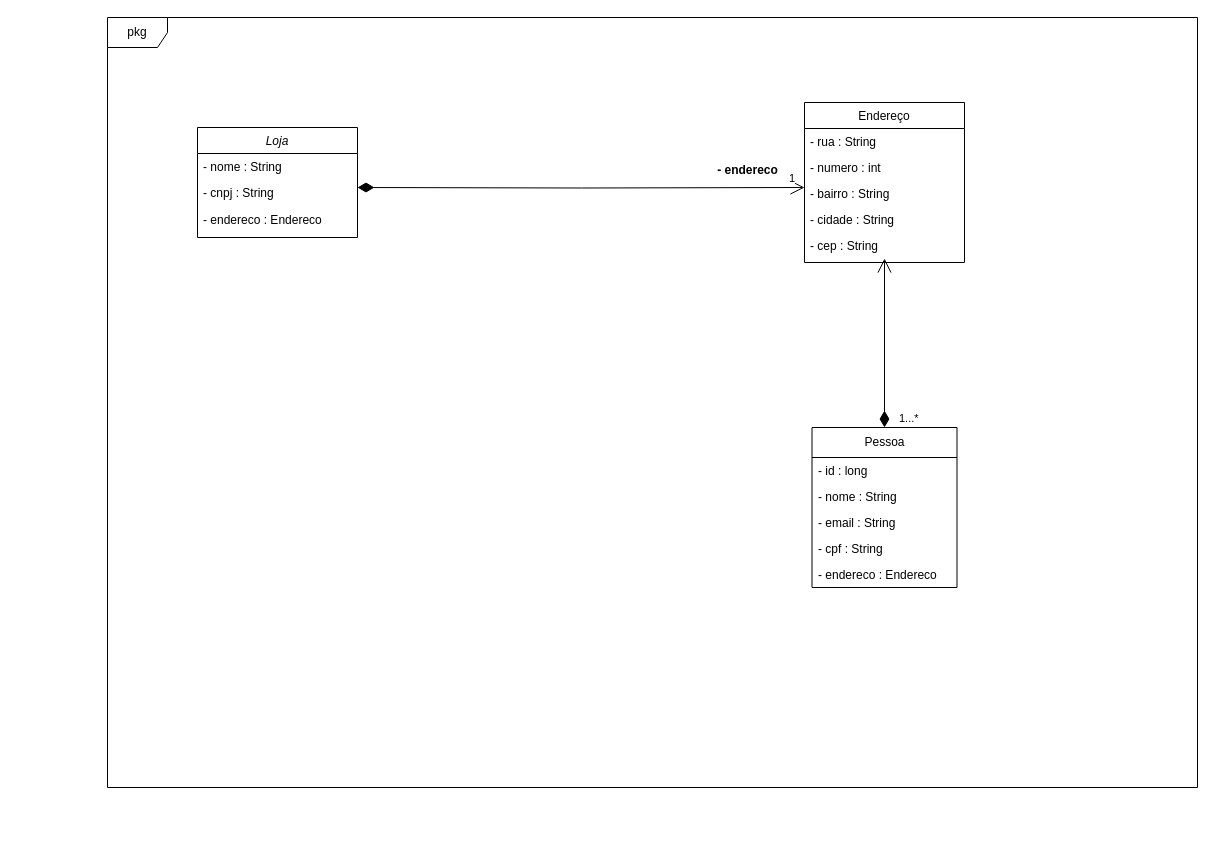
Earlier version of the draw.io diagram docs/LojaDeHardware.drawio (Matheus4444/LojaDeHardware). Source tidied: cells renumbered, new cells numbered last; positions are measured from the earlier drawing's top-left corner, leaving out a move shared by most shapes. Both pictures are drawn from the tidied source at 100%, with x=0, y=0 at pixel (107, 17).
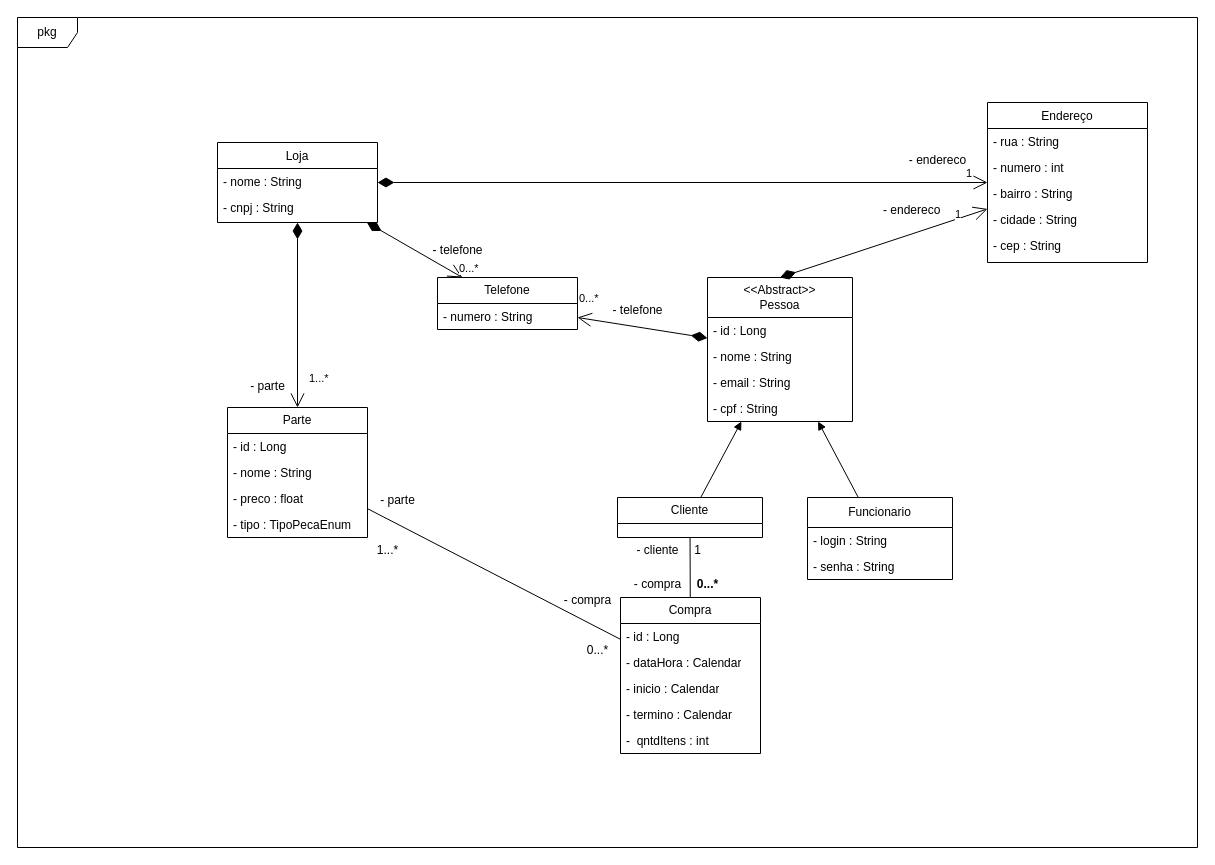
The same diagram, later.

Unchanged cells that the change refers to:
```xml
<mxCell id="9" value="- bairro : String" style="text;align=left;verticalAlign=top;spacingLeft=4;spacingRight=4;overflow=hidden;points=[[0,0.5],[1,0.5]];portConstraint=eastwest;rounded=0;shadow=0;html=0;" parent="6" vertex="1">
  <mxGeometry y="78" width="160" height="26" as="geometry" />
</mxCell>
<mxCell id="11" value="- cep : String" style="text;align=left;verticalAlign=top;spacingLeft=4;spacingRight=4;overflow=hidden;points=[[0,0.5],[1,0.5]];portConstraint=eastwest;rounded=0;shadow=0;html=0;" parent="6" vertex="1">
  <mxGeometry y="130" width="160" height="26" as="geometry" />
</mxCell>
```

Diff of the diagram source:
```diff
@@
-    <mxCell id="2" value="Loja" style="swimlane;fontStyle=2;align=center;verticalAlign=top;horizontal=1;startSize=26;rounded=0;shadow=0;strokeWidth=1;" parent="1" vertex="1">
-      <mxGeometry x="90" y="110" width="160" height="110" as="geometry" />
+    <mxCell id="2" value="Loja" style="swimlane;fontStyle=0;align=center;verticalAlign=top;horizontal=1;startSize=26;rounded=0;shadow=0;strokeWidth=1;" parent="1" vertex="1">
+      <mxGeometry x="110" y="125" width="160" height="80" as="geometry" />
     </mxCell>
@@
-    <mxCell id="5" value="- endereco : Endereco" style="text;strokeColor=none;fillColor=none;align=left;verticalAlign=middle;spacingLeft=4;spacingRight=4;overflow=hidden;whiteSpace=wrap;html=1;" parent="2" vertex="1">
-      <mxGeometry y="78" width="160" height="30" as="geometry" />
-    </mxCell>
     <mxCell id="6" value="Endereço" style="swimlane;fontStyle=0;align=center;verticalAlign=top;horizontal=1;startSize=26;rounded=0;shadow=0;strokeWidth=1;" parent="1" vertex="1">
-      <mxGeometry x="697" y="85" width="160" height="160" as="geometry" />
+      <mxGeometry x="880" y="85" width="160" height="160" as="geometry" />
     </mxCell>
@@
-    <mxCell id="12" value="1" style="endArrow=open;html=1;endSize=12;startArrow=diamondThin;startSize=14;startFill=1;edgeStyle=orthogonalEdgeStyle;align=left;verticalAlign=bottom;rounded=0;entryX=0;entryY=0.269;entryDx=0;entryDy=0;entryPerimeter=0;" parent="1" edge="1" target="9">
+    <mxCell id="12" value="1" style="endArrow=open;html=1;endSize=12;startArrow=diamondThin;startSize=14;startFill=1;align=left;verticalAlign=bottom;rounded=0;" parent="1" edge="1" source="2" target="6">
       <mxGeometry x="0.92" relative="1" as="geometry">
-        <mxPoint x="250" y="170" as="sourcePoint" />
         <mxPoint x="1" as="offset" />
       </mxGeometry>
     </mxCell>
-    <mxCell id="13" value="- endereco" style="text;align=center;fontStyle=1;verticalAlign=middle;spacingLeft=3;spacingRight=3;strokeColor=none;html=1;" parent="1" vertex="1">
-      <mxGeometry x="600" y="140" width="80" height="26" as="geometry" />
+    <mxCell id="13" value="- endereco" style="text;align=center;fontStyle=0;verticalAlign=middle;spacingLeft=3;spacingRight=3;strokeColor=none;html=1;" parent="1" vertex="1">
+      <mxGeometry x="790" y="130" width="80" height="26" as="geometry" />
     </mxCell>
     <mxCell id="14" value="pkg" style="shape=umlFrame;whiteSpace=wrap;html=1;" parent="1" vertex="1">
-      <mxGeometry width="1090" height="770" as="geometry" />
+      <mxGeometry x="-90" width="1180" height="830" as="geometry" />
     </mxCell>
+    <mxCell id="22" style="rounded=0;jettySize=auto;html=1;startArrow=block;startFill=1;endArrow=none;endFill=0;" parent="1" edge="1" source="15" target="40">
+      <mxGeometry relative="1" as="geometry" />
+    </mxCell>
+    <mxCell id="23" style="rounded=0;jettySize=auto;html=1;startArrow=block;startFill=1;endArrow=none;endFill=0;" parent="1" edge="1" source="15" target="41">
+      <mxGeometry relative="1" as="geometry" />
+    </mxCell>
-    <mxCell id="15" value="Pessoa" style="swimlane;fontStyle=0;horizontal=1;startSize=30;fillColor=none;whiteSpace=wrap;html=1;" parent="1" vertex="1">
-      <mxGeometry x="704.5" y="410" width="145" height="160" as="geometry" />
+    <mxCell id="15" value="&amp;lt;&amp;lt;Abstract&amp;gt;&amp;gt;&lt;br&gt;Pessoa" style="swimlane;fontStyle=0;horizontal=1;startSize=40;fillColor=none;whiteSpace=wrap;html=1;" parent="1" vertex="1">
+      <mxGeometry x="600" y="260" width="145" height="144" as="geometry" />
     </mxCell>
-    <mxCell id="16" value="- id : long" style="text;strokeColor=none;fillColor=none;align=left;verticalAlign=top;spacingLeft=4;spacingRight=4;overflow=hidden;whiteSpace=wrap;html=1;" parent="15" vertex="1">
-      <mxGeometry y="30" width="145" height="26" as="geometry" />
+    <mxCell id="16" value="- id : Long" style="text;strokeColor=none;fillColor=none;align=left;verticalAlign=top;spacingLeft=4;spacingRight=4;overflow=hidden;whiteSpace=wrap;html=1;" parent="15" vertex="1">
+      <mxGeometry y="40" width="145" height="26" as="geometry" />
     </mxCell>
     <mxCell id="17" value="- nome : String" style="text;strokeColor=none;fillColor=none;align=left;verticalAlign=top;spacingLeft=4;spacingRight=4;overflow=hidden;whiteSpace=wrap;html=1;" parent="15" vertex="1">
-      <mxGeometry y="56" width="145" height="26" as="geometry" />
+      <mxGeometry y="66" width="145" height="26" as="geometry" />
     </mxCell>
     <mxCell id="18" value="- email : String" style="text;strokeColor=none;fillColor=none;align=left;verticalAlign=top;spacingLeft=4;spacingRight=4;overflow=hidden;whiteSpace=wrap;html=1;" parent="15" vertex="1">
-      <mxGeometry y="82" width="145" height="26" as="geometry" />
+      <mxGeometry y="92" width="145" height="26" as="geometry" />
     </mxCell>
     <mxCell id="19" value="- cpf : String" style="text;strokeColor=none;fillColor=none;align=left;verticalAlign=top;spacingLeft=4;spacingRight=4;overflow=hidden;whiteSpace=wrap;html=1;" parent="15" vertex="1">
-      <mxGeometry y="108" width="145" height="26" as="geometry" />
+      <mxGeometry y="118" width="145" height="26" as="geometry" />
     </mxCell>
-    <mxCell id="20" value="- endereco : Endereco" style="text;strokeColor=none;fillColor=none;align=left;verticalAlign=top;spacingLeft=4;spacingRight=4;overflow=hidden;whiteSpace=wrap;html=1;" parent="15" vertex="1">
-      <mxGeometry y="134" width="145" height="26" as="geometry" />
-    </mxCell>
-    <mxCell id="21" value="1...*" style="endArrow=open;html=1;endSize=12;startArrow=diamondThin;startSize=14;startFill=1;align=left;verticalAlign=bottom;rounded=0;exitX=0.5;exitY=0;exitDx=0;exitDy=0;" parent="1" edge="1" source="15" target="11">
-      <mxGeometry x="-1" y="-13" relative="1" as="geometry" />
+    <mxCell id="21" value="1" style="endArrow=open;html=1;endSize=12;startArrow=diamondThin;startSize=14;startFill=1;align=left;verticalAlign=bottom;rounded=0;exitX=0.5;exitY=0;exitDx=0;exitDy=0;" parent="1" edge="1" source="15" target="6">
+      <mxGeometry x="0.67" y="-3" relative="1" as="geometry" />
     </mxCell>
+    <mxCell id="24" style="rounded=0;jettySize=auto;html=1;endArrow=none;endFill=0;" parent="1" edge="1" source="25" target="44">
+      <mxGeometry relative="1" as="geometry" />
+    </mxCell>
+    <mxCell id="25" value="Parte" style="swimlane;fontStyle=0;horizontal=1;startSize=26;fillColor=none;whiteSpace=wrap;html=1;" parent="1" vertex="1">
+      <mxGeometry x="120" y="390" width="140" height="130" as="geometry" />
+    </mxCell>
+    <mxCell id="26" value="- id : Long" style="text;strokeColor=none;fillColor=none;align=left;verticalAlign=top;spacingLeft=4;spacingRight=4;overflow=hidden;whiteSpace=wrap;html=1;" parent="25" vertex="1">
+      <mxGeometry y="26" width="140" height="26" as="geometry" />
+    </mxCell>
+    <mxCell id="27" value="- nome : String" style="text;strokeColor=none;fillColor=none;align=left;verticalAlign=top;spacingLeft=4;spacingRight=4;overflow=hidden;whiteSpace=wrap;html=1;" parent="25" vertex="1">
+      <mxGeometry y="52" width="140" height="26" as="geometry" />
+    </mxCell>
+    <mxCell id="28" value="- preco : float" style="text;strokeColor=none;fillColor=none;align=left;verticalAlign=top;spacingLeft=4;spacingRight=4;overflow=hidden;whiteSpace=wrap;html=1;" parent="25" vertex="1">
+      <mxGeometry y="78" width="140" height="26" as="geometry" />
+    </mxCell>
+    <mxCell id="29" value="- tipo : TipoPecaEnum" style="text;strokeColor=none;fillColor=none;align=left;verticalAlign=top;spacingLeft=4;spacingRight=4;overflow=hidden;whiteSpace=wrap;html=1;" parent="25" vertex="1">
+      <mxGeometry y="104" width="140" height="26" as="geometry" />
+    </mxCell>
+    <mxCell id="30" value="1...*" style="endArrow=open;html=1;endSize=12;startArrow=diamondThin;startSize=14;startFill=1;align=left;verticalAlign=bottom;rounded=0;" parent="1" edge="1" source="2" target="25">
+      <mxGeometry x="0.78" y="10" relative="1" as="geometry" />
+    </mxCell>
+    <mxCell id="31" value="- endereco" style="text;strokeColor=none;fillColor=none;align=left;verticalAlign=top;spacingLeft=4;spacingRight=4;overflow=hidden;whiteSpace=wrap;html=1;" parent="1" vertex="1">
+      <mxGeometry x="770" y="179" width="100" height="26" as="geometry" />
+    </mxCell>
+    <mxCell id="32" value="- parte" style="text;align=center;fontStyle=0;verticalAlign=middle;spacingLeft=3;spacingRight=3;strokeColor=none;html=1;" parent="1" vertex="1">
+      <mxGeometry x="120" y="356" width="80" height="26" as="geometry" />
+    </mxCell>
+    <mxCell id="33" value="Telefone" style="swimlane;fontStyle=0;horizontal=1;startSize=26;fillColor=none;whiteSpace=wrap;html=1;" parent="1" vertex="1">
+      <mxGeometry x="330" y="260" width="140" height="52" as="geometry" />
+    </mxCell>
+    <mxCell id="34" value="- numero : String" style="text;strokeColor=none;fillColor=none;align=left;verticalAlign=top;spacingLeft=4;spacingRight=4;overflow=hidden;whiteSpace=wrap;html=1;" parent="33" vertex="1">
+      <mxGeometry y="26" width="140" height="26" as="geometry" />
+    </mxCell>
+    <mxCell id="35" value="0...*" style="endArrow=open;html=1;endSize=12;startArrow=diamondThin;startSize=14;startFill=1;align=left;verticalAlign=bottom;rounded=0;" parent="1" edge="1" source="2" target="33">
+      <mxGeometry x="0.92" y="-2" relative="1" as="geometry" />
+    </mxCell>
+    <mxCell id="36" value="0...*" style="endArrow=open;html=1;endSize=12;startArrow=diamondThin;startSize=14;startFill=1;align=left;verticalAlign=bottom;rounded=0;" parent="1" edge="1" source="15">
+      <mxGeometry x="1" y="-10" relative="1" as="geometry">
+        <mxPoint x="470" y="300" as="targetPoint" />
+        <mxPoint x="-1" as="offset" />
+      </mxGeometry>
+    </mxCell>
+    <mxCell id="37" value="- telefone" style="text;align=center;fontStyle=0;verticalAlign=middle;spacingLeft=3;spacingRight=3;strokeColor=none;html=1;" parent="1" vertex="1">
+      <mxGeometry x="310" y="220" width="80" height="26" as="geometry" />
+    </mxCell>
+    <mxCell id="38" value="- telefone" style="text;align=center;fontStyle=0;verticalAlign=middle;spacingLeft=3;spacingRight=3;strokeColor=none;html=1;" parent="1" vertex="1">
+      <mxGeometry x="490" y="280" width="80" height="26" as="geometry" />
+    </mxCell>
+    <mxCell id="39" style="rounded=0;jettySize=auto;html=1;endArrow=none;endFill=0;" parent="1" edge="1" source="40" target="44">
+      <mxGeometry relative="1" as="geometry" />
+    </mxCell>
+    <mxCell id="40" value="Cliente" style="swimlane;fontStyle=0;horizontal=1;startSize=26;fillColor=none;whiteSpace=wrap;html=1;" parent="1" vertex="1">
+      <mxGeometry x="510" y="480" width="145" height="40" as="geometry" />
+    </mxCell>
+    <mxCell id="41" value="Funcionario" style="swimlane;fontStyle=0;horizontal=1;startSize=30;fillColor=none;whiteSpace=wrap;html=1;" parent="1" vertex="1">
+      <mxGeometry x="700" y="480" width="145" height="82" as="geometry" />
+    </mxCell>
+    <mxCell id="42" value="- login : String" style="text;strokeColor=none;fillColor=none;align=left;verticalAlign=top;spacingLeft=4;spacingRight=4;overflow=hidden;whiteSpace=wrap;html=1;" parent="41" vertex="1">
+      <mxGeometry y="30" width="145" height="26" as="geometry" />
+    </mxCell>
+    <mxCell id="43" value="- senha : String" style="text;strokeColor=none;fillColor=none;align=left;verticalAlign=top;spacingLeft=4;spacingRight=4;overflow=hidden;whiteSpace=wrap;html=1;" parent="41" vertex="1">
+      <mxGeometry y="56" width="145" height="26" as="geometry" />
+    </mxCell>
+    <mxCell id="44" value="Compra" style="swimlane;fontStyle=0;horizontal=1;startSize=26;fillColor=none;whiteSpace=wrap;html=1;" parent="1" vertex="1">
+      <mxGeometry x="513" y="580" width="140" height="156" as="geometry" />
+    </mxCell>
+    <mxCell id="45" value="- id : Long" style="text;strokeColor=none;fillColor=none;align=left;verticalAlign=top;spacingLeft=4;spacingRight=4;overflow=hidden;whiteSpace=wrap;html=1;" parent="44" vertex="1">
+      <mxGeometry y="26" width="140" height="26" as="geometry" />
+    </mxCell>
+    <mxCell id="46" value="- dataHora : Calendar" style="text;strokeColor=none;fillColor=none;align=left;verticalAlign=top;spacingLeft=4;spacingRight=4;overflow=hidden;whiteSpace=wrap;html=1;" parent="44" vertex="1">
+      <mxGeometry y="52" width="140" height="26" as="geometry" />
+    </mxCell>
+    <mxCell id="47" value="- inicio : Calendar" style="text;strokeColor=none;fillColor=none;align=left;verticalAlign=top;spacingLeft=4;spacingRight=4;overflow=hidden;whiteSpace=wrap;html=1;" parent="44" vertex="1">
+      <mxGeometry y="78" width="140" height="26" as="geometry" />
+    </mxCell>
+    <mxCell id="48" value="- termino : Calendar" style="text;strokeColor=none;fillColor=none;align=left;verticalAlign=top;spacingLeft=4;spacingRight=4;overflow=hidden;whiteSpace=wrap;html=1;" parent="44" vertex="1">
+      <mxGeometry y="104" width="140" height="26" as="geometry" />
+    </mxCell>
+    <mxCell id="49" value="-&amp;nbsp; qntdItens : int" style="text;strokeColor=none;fillColor=none;align=left;verticalAlign=top;spacingLeft=4;spacingRight=4;overflow=hidden;whiteSpace=wrap;html=1;" parent="44" vertex="1">
+      <mxGeometry y="130" width="140" height="26" as="geometry" />
+    </mxCell>
+    <mxCell id="50" value="1" style="text;align=center;fontStyle=0;verticalAlign=middle;spacingLeft=3;spacingRight=3;strokeColor=none;html=1;fontSize=12;" parent="1" vertex="1">
+      <mxGeometry x="550" y="520" width="80" height="26" as="geometry" />
+    </mxCell>
+    <mxCell id="51" value="0...*" style="text;align=center;fontStyle=1;verticalAlign=middle;spacingLeft=3;spacingRight=3;strokeColor=none;html=1;" parent="1" vertex="1">
+      <mxGeometry x="560" y="554" width="80" height="26" as="geometry" />
+    </mxCell>
+    <mxCell id="52" value="- cliente" style="text;align=center;fontStyle=0;verticalAlign=middle;spacingLeft=3;spacingRight=3;strokeColor=none;html=1;" parent="1" vertex="1">
+      <mxGeometry x="510" y="520" width="80" height="26" as="geometry" />
+    </mxCell>
+    <mxCell id="53" value="- compra" style="text;align=center;fontStyle=0;verticalAlign=middle;spacingLeft=3;spacingRight=3;strokeColor=none;html=1;" parent="1" vertex="1">
+      <mxGeometry x="510" y="554" width="80" height="26" as="geometry" />
+    </mxCell>
+    <mxCell id="54" value="- parte" style="text;align=center;fontStyle=0;verticalAlign=middle;spacingLeft=3;spacingRight=3;strokeColor=none;html=1;" parent="1" vertex="1">
+      <mxGeometry x="250" y="470" width="80" height="26" as="geometry" />
+    </mxCell>
+    <mxCell id="55" value="1...*" style="text;align=center;fontStyle=0;verticalAlign=middle;spacingLeft=3;spacingRight=3;strokeColor=none;html=1;" parent="1" vertex="1">
+      <mxGeometry x="240" y="520" width="80" height="26" as="geometry" />
+    </mxCell>
+    <mxCell id="56" value="&lt;span style=&quot;font-weight: normal;&quot;&gt;0...*&lt;/span&gt;" style="text;align=center;fontStyle=1;verticalAlign=middle;spacingLeft=3;spacingRight=3;strokeColor=none;html=1;" parent="1" vertex="1">
+      <mxGeometry x="450" y="620" width="80" height="26" as="geometry" />
+    </mxCell>
+    <mxCell id="57" value="&lt;span style=&quot;&quot;&gt;- compra&lt;/span&gt;" style="text;align=center;fontStyle=0;verticalAlign=middle;spacingLeft=3;spacingRight=3;strokeColor=none;html=1;" parent="1" vertex="1">
+      <mxGeometry x="440" y="570" width="80" height="26" as="geometry" />
+    </mxCell>
```
